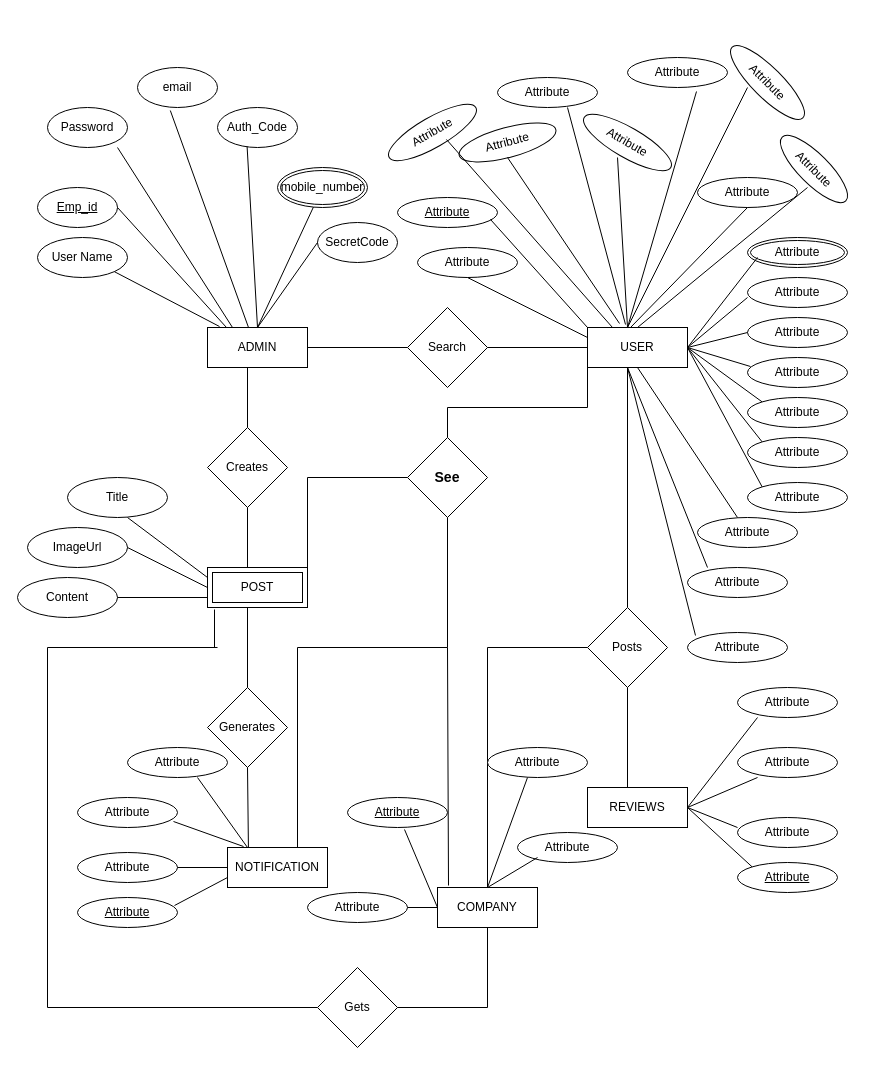
Earlier version of the draw.io diagram Placement_erd.drawio (shalulaha/Minor_Project). Source tidied: cells renumbered, new cells numbered last; positions are measured from the earlier drawing's top-left corner, leaving out a move shared by most shapes. Both pictures are drawn from the tidied source at 100%, with x=0, y=0 at pixel (17, 57).
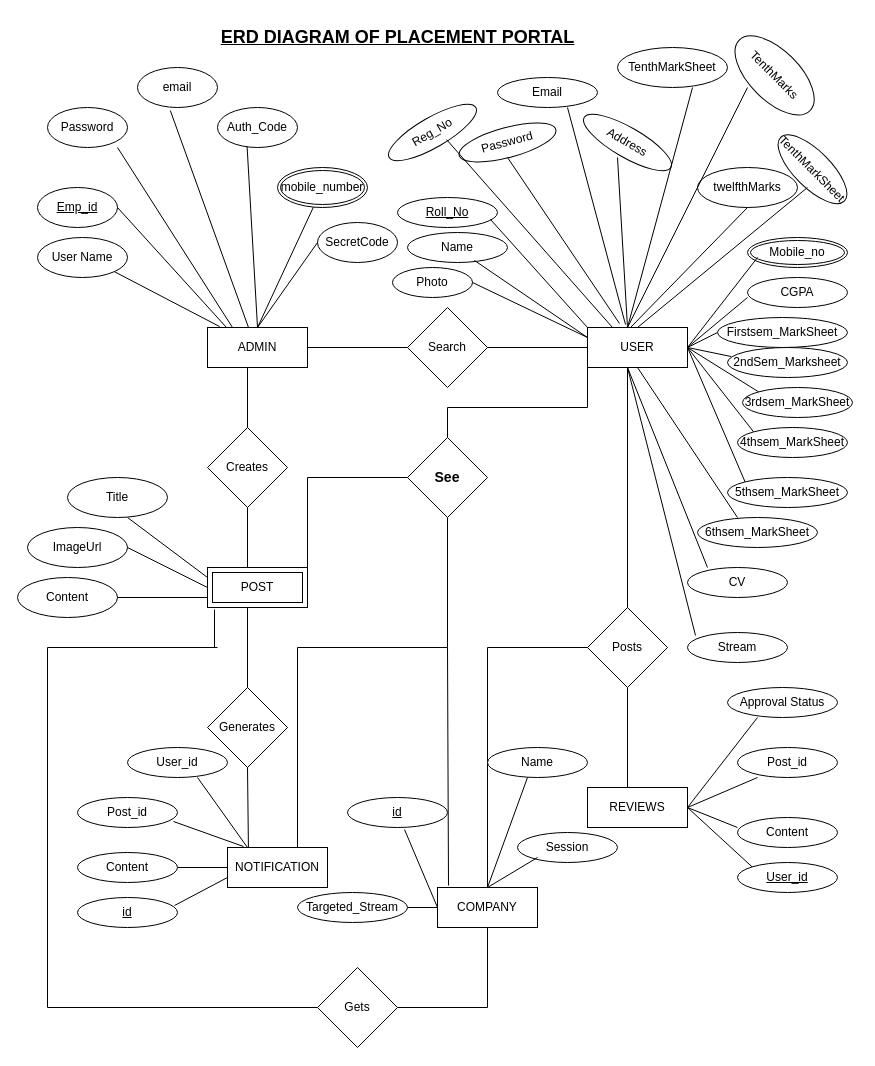
The same diagram, later.

Unchanged cells that the change refers to:
```xml
<mxCell id="3" value="USER" style="whiteSpace=wrap;html=1;align=center;" parent="1" vertex="1">
  <mxGeometry x="570" y="270" width="100" height="40" as="geometry" />
</mxCell>
```

Diff of the diagram source:
```diff
@@
-    <mxCell id="34" value="Attribute" style="ellipse;whiteSpace=wrap;html=1;align=center;" parent="1" vertex="1">
-      <mxGeometry x="400" y="190" width="100" height="30" as="geometry" />
+    <mxCell id="34" value="Name" style="ellipse;whiteSpace=wrap;html=1;align=center;" parent="1" vertex="1">
+      <mxGeometry x="390" y="175" width="100" height="30" as="geometry" />
     </mxCell>
-    <mxCell id="35" value="Attribute" style="ellipse;whiteSpace=wrap;html=1;align=center;fontStyle=4;" parent="1" vertex="1">
+    <mxCell id="35" value="Roll_No" style="ellipse;whiteSpace=wrap;html=1;align=center;fontStyle=4;" parent="1" vertex="1">
       <mxGeometry x="380" y="140" width="100" height="30" as="geometry" />
     </mxCell>
-    <mxCell id="36" value="Attribute" style="ellipse;whiteSpace=wrap;html=1;align=center;rotation=-15;" parent="1" vertex="1">
+    <mxCell id="36" value="Password" style="ellipse;whiteSpace=wrap;html=1;align=center;rotation=-15;" parent="1" vertex="1">
       <mxGeometry x="440" y="70" width="100" height="30" as="geometry" />
     </mxCell>
-    <mxCell id="37" value="Attribute" style="ellipse;whiteSpace=wrap;html=1;align=center;" parent="1" vertex="1">
-      <mxGeometry x="610" width="100" height="30" as="geometry" />
+    <mxCell id="37" value="TenthMarkSheet" style="ellipse;whiteSpace=wrap;html=1;align=center;" parent="1" vertex="1">
+      <mxGeometry x="600" y="-10" width="110" height="40" as="geometry" />
     </mxCell>
-    <mxCell id="38" value="Attribute" style="ellipse;whiteSpace=wrap;html=1;align=center;" parent="1" vertex="1">
-      <mxGeometry x="680" y="120" width="100" height="30" as="geometry" />
+    <mxCell id="38" value="twelfthMarks" style="ellipse;whiteSpace=wrap;html=1;align=center;" parent="1" vertex="1">
+      <mxGeometry x="680" y="110" width="100" height="40" as="geometry" />
     </mxCell>
-    <mxCell id="39" value="Attribute" style="ellipse;shape=doubleEllipse;margin=3;whiteSpace=wrap;html=1;align=center;" parent="1" vertex="1">
+    <mxCell id="39" value="Mobile_no" style="ellipse;shape=doubleEllipse;margin=3;whiteSpace=wrap;html=1;align=center;" parent="1" vertex="1">
       <mxGeometry x="730" y="180" width="100" height="30" as="geometry" />
     </mxCell>
-    <mxCell id="40" value="Attribute" style="ellipse;whiteSpace=wrap;html=1;align=center;" parent="1" vertex="1">
+    <mxCell id="40" value="CGPA" style="ellipse;whiteSpace=wrap;html=1;align=center;" parent="1" vertex="1">
       <mxGeometry x="730" y="220" width="100" height="30" as="geometry" />
     </mxCell>
-    <mxCell id="41" value="Attribute" style="ellipse;whiteSpace=wrap;html=1;align=center;" parent="1" vertex="1">
-      <mxGeometry x="730" y="260" width="100" height="30" as="geometry" />
+    <mxCell id="41" value="Firstsem_MarkSheet" style="ellipse;whiteSpace=wrap;html=1;align=center;" parent="1" vertex="1">
+      <mxGeometry x="700" y="260" width="130" height="30" as="geometry" />
     </mxCell>
-    <mxCell id="42" value="Attribute" style="ellipse;whiteSpace=wrap;html=1;align=center;" parent="1" vertex="1">
-      <mxGeometry x="730" y="300" width="100" height="30" as="geometry" />
+    <mxCell id="42" value="2ndSem_Marksheet" style="ellipse;whiteSpace=wrap;html=1;align=center;" parent="1" vertex="1">
+      <mxGeometry x="710" y="290" width="120" height="30" as="geometry" />
     </mxCell>
-    <mxCell id="43" value="Attribute" style="ellipse;whiteSpace=wrap;html=1;align=center;" parent="1" vertex="1">
-      <mxGeometry x="680" y="460" width="100" height="30" as="geometry" />
+    <mxCell id="43" value="6thsem_MarkSheet" style="ellipse;whiteSpace=wrap;html=1;align=center;" parent="1" vertex="1">
+      <mxGeometry x="680" y="460" width="120" height="30" as="geometry" />
     </mxCell>
-    <mxCell id="44" value="Attribute" style="ellipse;whiteSpace=wrap;html=1;align=center;" parent="1" vertex="1">
-      <mxGeometry x="730" y="425" width="100" height="30" as="geometry" />
+    <mxCell id="44" value="5thsem_MarkSheet" style="ellipse;whiteSpace=wrap;html=1;align=center;" parent="1" vertex="1">
+      <mxGeometry x="710" y="420" width="120" height="30" as="geometry" />
     </mxCell>
-    <mxCell id="45" value="Attribute" style="ellipse;whiteSpace=wrap;html=1;align=center;rotation=-30;" parent="1" vertex="1">
+    <mxCell id="45" value="Reg_No" style="ellipse;whiteSpace=wrap;html=1;align=center;rotation=-30;" parent="1" vertex="1">
       <mxGeometry x="365" y="60" width="100" height="30" as="geometry" />
     </mxCell>
-    <mxCell id="46" value="Attribute" style="ellipse;whiteSpace=wrap;html=1;align=center;" parent="1" vertex="1">
+    <mxCell id="46" value="Email" style="ellipse;whiteSpace=wrap;html=1;align=center;" parent="1" vertex="1">
       <mxGeometry x="480" y="20" width="100" height="30" as="geometry" />
     </mxCell>
-    <mxCell id="47" value="Attribute" style="ellipse;whiteSpace=wrap;html=1;align=center;" parent="1" vertex="1">
-      <mxGeometry x="730" y="340" width="100" height="30" as="geometry" />
+    <mxCell id="47" value="3rdsem_MarkSheet" style="ellipse;whiteSpace=wrap;html=1;align=center;" parent="1" vertex="1">
+      <mxGeometry x="725" y="330" width="110" height="30" as="geometry" />
     </mxCell>
-    <mxCell id="48" value="Attribute" style="ellipse;whiteSpace=wrap;html=1;align=center;" parent="1" vertex="1">
+    <mxCell id="48" value="CV" style="ellipse;whiteSpace=wrap;html=1;align=center;" parent="1" vertex="1">
       <mxGeometry x="670" y="510" width="100" height="30" as="geometry" />
     </mxCell>
-    <mxCell id="49" value="Attribute" style="ellipse;whiteSpace=wrap;html=1;align=center;" parent="1" vertex="1">
+    <mxCell id="49" value="Stream" style="ellipse;whiteSpace=wrap;html=1;align=center;" parent="1" vertex="1">
       <mxGeometry x="670" y="575" width="100" height="30" as="geometry" />
     </mxCell>
-    <mxCell id="50" value="Attribute" style="ellipse;whiteSpace=wrap;html=1;align=center;" parent="1" vertex="1">
-      <mxGeometry x="730" y="380" width="100" height="30" as="geometry" />
+    <mxCell id="50" value="4thsem_MarkSheet" style="ellipse;whiteSpace=wrap;html=1;align=center;" parent="1" vertex="1">
+      <mxGeometry x="720" y="370" width="110" height="30" as="geometry" />
     </mxCell>
-    <mxCell id="51" value="Attribute" style="ellipse;whiteSpace=wrap;html=1;align=center;rotation=30;" parent="1" vertex="1">
+    <mxCell id="51" value="Address" style="ellipse;whiteSpace=wrap;html=1;align=center;rotation=30;" parent="1" vertex="1">
       <mxGeometry x="560" y="70" width="100" height="30" as="geometry" />
     </mxCell>
-    <mxCell id="52" value="Attribute" style="ellipse;whiteSpace=wrap;html=1;align=center;rotation=45;" parent="1" vertex="1">
-      <mxGeometry x="751.5" y="96.5" width="90" height="30" as="geometry" />
+    <mxCell id="52" value="TenthMarkSheet" style="ellipse;whiteSpace=wrap;html=1;align=center;rotation=45;" parent="1" vertex="1">
+      <mxGeometry x="750" y="93.5" width="90" height="36.5" as="geometry" />
     </mxCell>
-    <mxCell id="53" style="endArrow=none;html=1;rounded=0;exitX=0;exitY=0.25;exitDx=0;exitDy=0;" parent="1" edge="1" source="3">
-      <mxGeometry relative="1" as="geometry">
-        <mxPoint x="450" y="220" as="targetPoint" />
-      </mxGeometry>
+    <mxCell id="53" style="endArrow=none;html=1;rounded=0;exitX=0;exitY=0.25;exitDx=0;exitDy=0;entryX=0.67;entryY=0.933;entryDx=0;entryDy=0;entryPerimeter=0;" parent="1" edge="1" source="3" target="34">
+      <mxGeometry relative="1" as="geometry" />
     </mxCell>
@@
-    <mxCell id="59" style="endArrow=none;html=1;rounded=0;entryX=0.69;entryY=1.133;entryDx=0;entryDy=0;entryPerimeter=0;" parent="1" edge="1" target="37">
+    <mxCell id="59" style="endArrow=none;html=1;rounded=0;entryX=0.682;entryY=1;entryDx=0;entryDy=0;entryPerimeter=0;" parent="1" edge="1" target="37">
       <mxGeometry relative="1" as="geometry">
         <mxPoint x="610" y="270" as="sourcePoint" />
       </mxGeometry>
     </mxCell>
@@
-    <mxCell id="74" value="Attribute" style="ellipse;whiteSpace=wrap;html=1;align=center;rotation=45;" parent="1" vertex="1">
-      <mxGeometry x="700" y="10" width="100" height="30" as="geometry" />
+    <mxCell id="74" value="TenthMarks" style="ellipse;whiteSpace=wrap;html=1;align=center;rotation=45;" parent="1" vertex="1">
+      <mxGeometry x="707.1" y="-7.1" width="100" height="50" as="geometry" />
     </mxCell>
@@
-    <mxCell id="91" value="Attribute" style="ellipse;whiteSpace=wrap;html=1;align=center;" parent="1" vertex="1">
+    <mxCell id="91" value="Post_id" style="ellipse;whiteSpace=wrap;html=1;align=center;" parent="1" vertex="1">
       <mxGeometry x="60" y="740" width="100" height="30" as="geometry" />
     </mxCell>
-    <mxCell id="92" value="Attribute" style="ellipse;whiteSpace=wrap;html=1;align=center;" parent="1" vertex="1">
+    <mxCell id="92" value="Content" style="ellipse;whiteSpace=wrap;html=1;align=center;" parent="1" vertex="1">
       <mxGeometry x="60" y="795" width="100" height="30" as="geometry" />
     </mxCell>
-    <mxCell id="93" value="Attribute" style="ellipse;whiteSpace=wrap;html=1;align=center;" parent="1" vertex="1">
+    <mxCell id="93" value="User_id" style="ellipse;whiteSpace=wrap;html=1;align=center;" parent="1" vertex="1">
       <mxGeometry x="110" y="690" width="100" height="30" as="geometry" />
     </mxCell>
@@
-    <mxCell id="98" value="Attribute" style="ellipse;whiteSpace=wrap;html=1;align=center;fontStyle=4;" parent="1" vertex="1">
+    <mxCell id="98" value="id" style="ellipse;whiteSpace=wrap;html=1;align=center;fontStyle=4;" parent="1" vertex="1">
       <mxGeometry x="60" y="840" width="100" height="30" as="geometry" />
     </mxCell>
@@
-    <mxCell id="100" value="Attribute" style="ellipse;whiteSpace=wrap;html=1;align=center;" parent="1" vertex="1">
+    <mxCell id="100" value="Session" style="ellipse;whiteSpace=wrap;html=1;align=center;" parent="1" vertex="1">
       <mxGeometry x="500" y="775" width="100" height="30" as="geometry" />
     </mxCell>
-    <mxCell id="101" value="Attribute" style="ellipse;whiteSpace=wrap;html=1;align=center;" parent="1" vertex="1">
+    <mxCell id="101" value="Name" style="ellipse;whiteSpace=wrap;html=1;align=center;" parent="1" vertex="1">
       <mxGeometry x="470" y="690" width="100" height="30" as="geometry" />
     </mxCell>
-    <mxCell id="102" value="Attribute" style="ellipse;whiteSpace=wrap;html=1;align=center;" parent="1" vertex="1">
-      <mxGeometry x="290" y="835" width="100" height="30" as="geometry" />
+    <mxCell id="102" value="Targeted_Stream" style="ellipse;whiteSpace=wrap;html=1;align=center;" parent="1" vertex="1">
+      <mxGeometry x="280" y="835" width="110" height="30" as="geometry" />
     </mxCell>
@@
-    <mxCell id="107" value="Attribute" style="ellipse;whiteSpace=wrap;html=1;align=center;fontStyle=4;" parent="1" vertex="1">
+    <mxCell id="107" value="id" style="ellipse;whiteSpace=wrap;html=1;align=center;fontStyle=4;" parent="1" vertex="1">
       <mxGeometry x="330" y="740" width="100" height="30" as="geometry" />
     </mxCell>
-    <mxCell id="108" value="Attribute" style="ellipse;whiteSpace=wrap;html=1;align=center;" parent="1" vertex="1">
+    <mxCell id="108" value="Post_id" style="ellipse;whiteSpace=wrap;html=1;align=center;" parent="1" vertex="1">
       <mxGeometry x="720" y="690" width="100" height="30" as="geometry" />
     </mxCell>
-    <mxCell id="109" value="Attribute" style="ellipse;whiteSpace=wrap;html=1;align=center;" parent="1" vertex="1">
-      <mxGeometry x="720" y="630" width="100" height="30" as="geometry" />
+    <mxCell id="109" value="Approval Status" style="ellipse;whiteSpace=wrap;html=1;align=center;" parent="1" vertex="1">
+      <mxGeometry x="710" y="630" width="110" height="30" as="geometry" />
     </mxCell>
-    <mxCell id="110" value="Attribute" style="ellipse;whiteSpace=wrap;html=1;align=center;" parent="1" vertex="1">
+    <mxCell id="110" value="Content" style="ellipse;whiteSpace=wrap;html=1;align=center;" parent="1" vertex="1">
       <mxGeometry x="720" y="760" width="100" height="30" as="geometry" />
     </mxCell>
-    <mxCell id="111" value="Attribute" style="ellipse;whiteSpace=wrap;html=1;align=center;fontStyle=4;" parent="1" vertex="1">
+    <mxCell id="111" value="User_id" style="ellipse;whiteSpace=wrap;html=1;align=center;fontStyle=4;" parent="1" vertex="1">
       <mxGeometry x="720" y="805" width="100" height="30" as="geometry" />
     </mxCell>
@@
+    <mxCell id="123" value="Photo" style="ellipse;whiteSpace=wrap;html=1;align=center;" parent="1" vertex="1">
+      <mxGeometry x="375" y="210" width="80" height="30" as="geometry" />
+    </mxCell>
+    <mxCell id="124" style="endArrow=none;html=1;rounded=0;exitX=1;exitY=0.5;exitDx=0;exitDy=0;" parent="1" edge="1" source="123">
+      <mxGeometry relative="1" as="geometry">
+        <mxPoint x="570" y="280" as="targetPoint" />
+      </mxGeometry>
+    </mxCell>
+    <mxCell id="125" value="&lt;div style=&quot;text-align: justify;&quot;&gt;&lt;b style=&quot;background-color: initial;&quot;&gt;&lt;font style=&quot;font-size: 18px;&quot;&gt;&lt;u&gt;ERD DIAGRAM OF PLACEMENT PORTAL&lt;/u&gt;&lt;/font&gt;&lt;/b&gt;&lt;/div&gt;" style="text;html=1;align=center;verticalAlign=middle;strokeColor=none;fillColor=none;" parent="1" vertex="1">
+      <mxGeometry x="190" y="-40" width="380" height="40" as="geometry" />
+    </mxCell>
```
